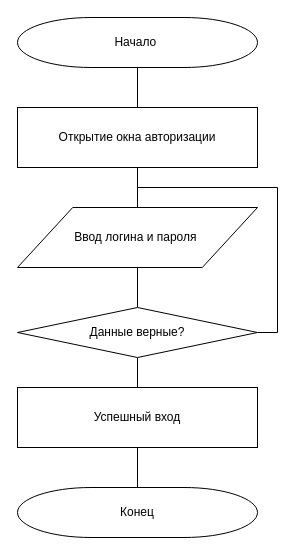
LrBrbt/PostControl keeps this draw.io diagram as авторизацияПочтаКонтроль.drawio. Above is the earlier version. Source tidied: cells renumbered, new cells numbered last; positions are measured from the earlier drawing's top-left corner, leaving out a move shared by most shapes. Both pictures are drawn from the tidied source at 100%, with x=0, y=0 at pixel (17, 17).
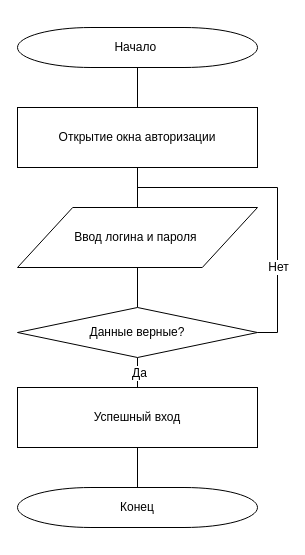
The same page after the edit.

Diff of the diagram source:
```diff
@@
 <mxGraphModel>
   <root>
     <mxCell id="0" />
     <mxCell id="1" parent="0" />
     <mxCell id="2" style="edgeStyle=orthogonalEdgeStyle;rounded=0;jettySize=auto;html=1;fontFamily=Helvetica;fontSize=12;fontColor=default;endArrow=none;endFill=0;" parent="1" edge="1" source="3" target="5">
       <mxGeometry relative="1" as="geometry" />
     </mxCell>
     <mxCell id="3" value="Начало&amp;nbsp;" style="strokeWidth=1;html=1;shape=mxgraph.flowchart.terminator;whiteSpace=wrap;shadow=0;" parent="1" vertex="1">
-      <mxGeometry width="240" height="50" as="geometry" />
+      <mxGeometry y="10" width="240" height="40" as="geometry" />
     </mxCell>
     <mxCell id="4" style="edgeStyle=orthogonalEdgeStyle;rounded=0;jettySize=auto;html=1;fontFamily=Helvetica;fontSize=12;fontColor=default;endArrow=none;endFill=0;" parent="1" edge="1" source="5" target="7">
       <mxGeometry relative="1" as="geometry" />
     </mxCell>
     <mxCell id="5" value="Открытие окна авторизации" style="rounded=0;whiteSpace=wrap;html=1;absoluteArcSize=1;arcSize=14;strokeWidth=1;" parent="1" vertex="1">
       <mxGeometry y="90" width="240" height="60" as="geometry" />
     </mxCell>
     <mxCell id="6" style="edgeStyle=orthogonalEdgeStyle;rounded=0;jettySize=auto;html=1;fontFamily=Helvetica;fontSize=12;fontColor=default;endArrow=none;endFill=0;" parent="1" edge="1" source="7" target="10">
       <mxGeometry relative="1" as="geometry" />
     </mxCell>
     <mxCell id="7" value="Ввод логина и пароля&amp;nbsp;" style="shape=parallelogram;html=1;strokeWidth=1;perimeter=parallelogramPerimeter;whiteSpace=wrap;rounded=0;arcSize=12;size=0.23;" parent="1" vertex="1">
       <mxGeometry y="190" width="240" height="60" as="geometry" />
     </mxCell>
     <mxCell id="8" style="edgeStyle=orthogonalEdgeStyle;rounded=0;jettySize=auto;html=1;fontFamily=Helvetica;fontSize=12;fontColor=default;endArrow=none;endFill=0;" parent="1" edge="1" source="10" target="12">
       <mxGeometry relative="1" as="geometry" />
     </mxCell>
+    <mxCell id="14" value="Да" style="edgeLabel;html=1;align=center;verticalAlign=middle;strokeColor=default;strokeWidth=1;fontFamily=Helvetica;fontSize=12;fontColor=default;labelBackgroundColor=default;fillColor=default;" parent="8" vertex="1">
+      <mxGeometry x="0.01" y="-1" relative="1" as="geometry" />
+    </mxCell>
     <mxCell id="9" style="edgeStyle=orthogonalEdgeStyle;rounded=0;jettySize=auto;html=1;exitX=1;exitY=0.5;exitDx=0;exitDy=0;exitPerimeter=0;entryX=0.5;entryY=0;entryDx=0;entryDy=0;fontFamily=Helvetica;fontSize=12;fontColor=default;endArrow=none;endFill=0;" parent="1" edge="1" source="10" target="7">
       <mxGeometry relative="1" as="geometry" />
     </mxCell>
+    <mxCell id="15" value="Нет" style="edgeLabel;html=1;align=center;verticalAlign=middle;strokeColor=default;strokeWidth=1;fontFamily=Helvetica;fontSize=12;fontColor=default;labelBackgroundColor=default;fillColor=default;" parent="9" vertex="1">
+      <mxGeometry x="-0.47" relative="1" as="geometry" />
+    </mxCell>
     <mxCell id="10" value="Данные верные?" style="strokeWidth=1;html=1;shape=mxgraph.flowchart.decision;whiteSpace=wrap;" parent="1" vertex="1">
       <mxGeometry y="290" width="240" height="50" as="geometry" />
     </mxCell>
     <mxCell id="11" style="edgeStyle=orthogonalEdgeStyle;rounded=0;jettySize=auto;html=1;fontFamily=Helvetica;fontSize=12;fontColor=default;endArrow=none;endFill=0;" parent="1" edge="1" source="12" target="13">
       <mxGeometry relative="1" as="geometry" />
     </mxCell>
     <mxCell id="12" value="Успешный вход" style="rounded=0;whiteSpace=wrap;html=1;absoluteArcSize=1;arcSize=14;strokeWidth=1;" parent="1" vertex="1">
       <mxGeometry y="370" width="240" height="60" as="geometry" />
     </mxCell>
     <mxCell id="13" value="Конец" style="strokeWidth=1;html=1;shape=mxgraph.flowchart.terminator;whiteSpace=wrap;shadow=0;" parent="1" vertex="1">
-      <mxGeometry y="470" width="240" height="50" as="geometry" />
+      <mxGeometry y="470" width="240" height="40" as="geometry" />
     </mxCell>
   </root>
 </mxGraphModel>
```
